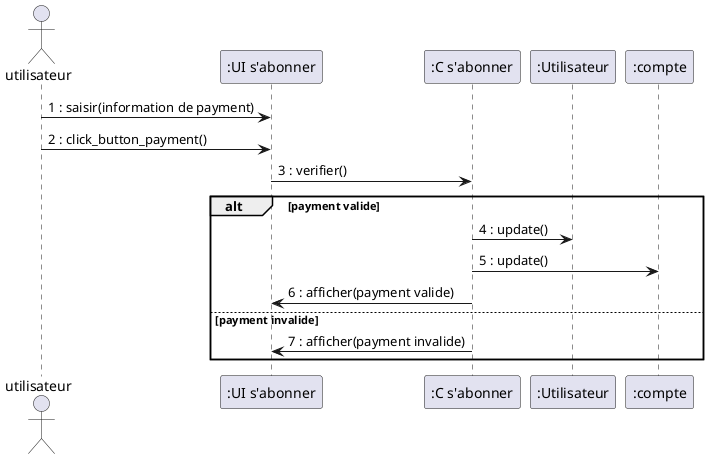
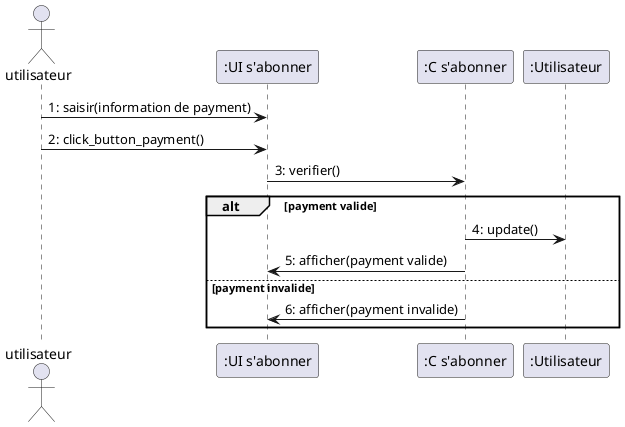
@startuml

actor "utilisateur" as Utilisateur

participant ":UI s'abonner" as UISabonner
participant ":C s'abonner" as CSabonner
participant ":Utilisateur" as UtilisateurEntity
- participant ":compte" as Compte


- Utilisateur -> UISabonner : 1 : saisir(information de payment)
- Utilisateur -> UISabonner : 2 : click_button_payment()
+ Utilisateur -> UISabonner : 1: saisir(information de payment)
+ Utilisateur -> UISabonner : 2: click_button_payment()

- UISabonner -> CSabonner : 3 : verifier()
+ UISabonner -> CSabonner : 3: verifier()

alt payment valide
-     CSabonner -> UtilisateurEntity : 4 : update()
-     CSabonner -> Compte : 5 : update()
-     CSabonner -> UISabonner : 6 : afficher(payment valide)
+     CSabonner -> UtilisateurEntity : 4: update()
+     CSabonner -> UISabonner : 5: afficher(payment valide)
else payment invalide
-     CSabonner -> UISabonner : 7 : afficher(payment invalide)
+     CSabonner -> UISabonner : 6: afficher(payment invalide)
end

@enduml